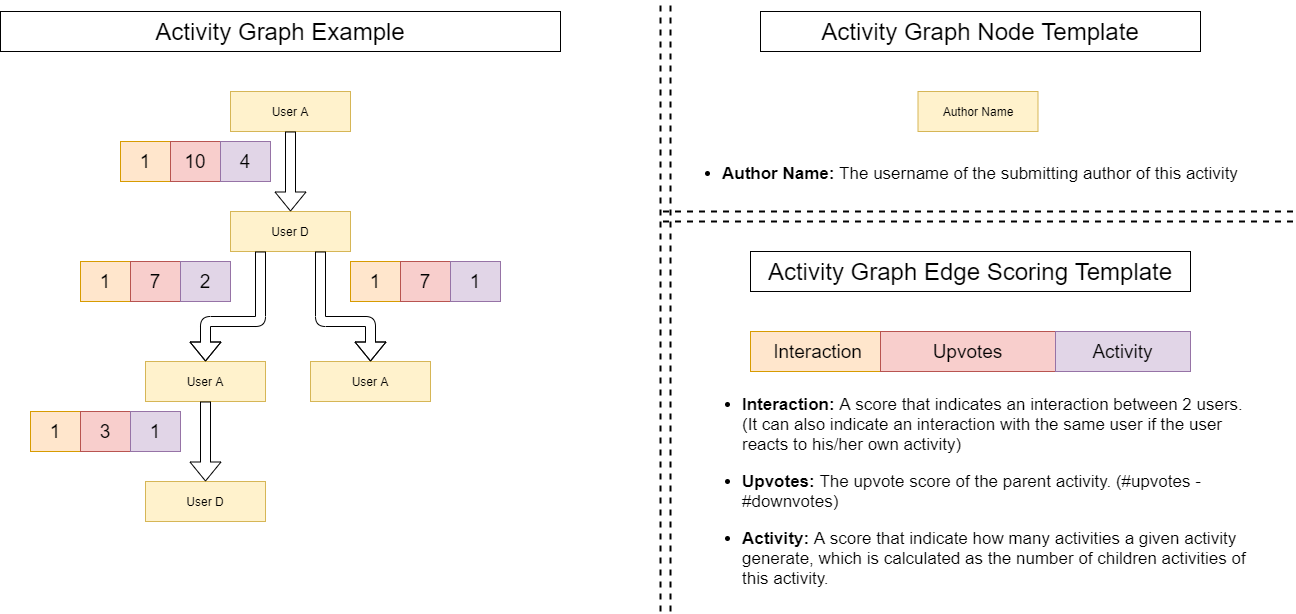
Before: docs/figures/figures/Activity_Graph_one_submission.png, a diagram exported from draw.io (MohammedGuniem/social-media-influence-analyzer). Source tidied: cells renumbered, new cells last; positions are measured from the earlier drawing's top-left corner, leaving out a move shared by most shapes.
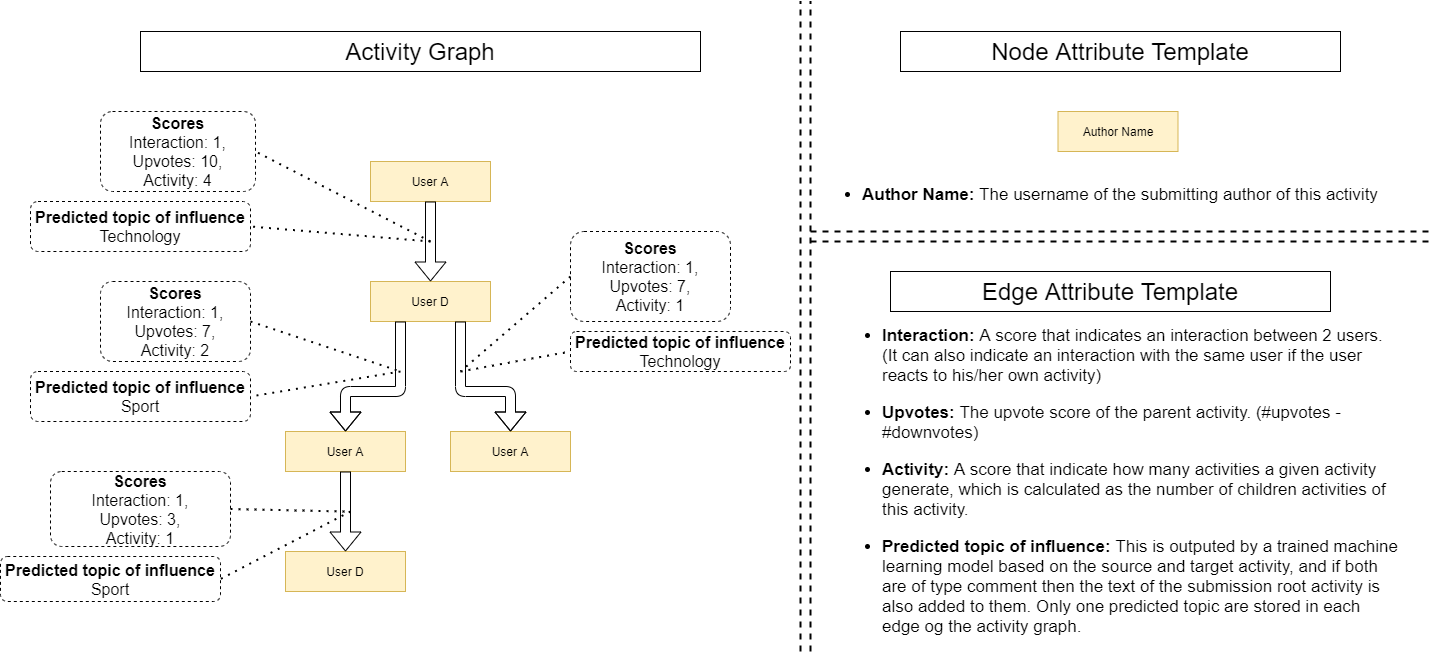
After the change.

Commit message:
edited the graph plots and example models for one submission to include predicated topic

Diff of the diagram source:
```diff
@@ -6,19 +6,19 @@
       <mxGeometry x="917.5" y="90" width="120" height="40" as="geometry" />
     </mxCell>
     <mxCell id="3" value="User A" style="rounded=0;whiteSpace=wrap;html=1;fillColor=#fff2cc;strokeColor=#d6b656;" parent="1" vertex="1">
-      <mxGeometry x="230" y="90" width="120" height="40" as="geometry" />
+      <mxGeometry x="230" y="140" width="120" height="40" as="geometry" />
     </mxCell>
     <mxCell id="4" value="User D" style="rounded=0;whiteSpace=wrap;html=1;fillColor=#fff2cc;strokeColor=#d6b656;" parent="1" vertex="1">
-      <mxGeometry x="230" y="210" width="120" height="40" as="geometry" />
+      <mxGeometry x="230" y="260" width="120" height="40" as="geometry" />
     </mxCell>
     <mxCell id="5" value="User A" style="rounded=0;whiteSpace=wrap;html=1;fillColor=#fff2cc;strokeColor=#d6b656;" parent="1" vertex="1">
-      <mxGeometry x="310" y="360" width="120" height="40" as="geometry" />
+      <mxGeometry x="310" y="410" width="120" height="40" as="geometry" />
     </mxCell>
     <mxCell id="6" value="User A" style="rounded=0;whiteSpace=wrap;html=1;fillColor=#fff2cc;strokeColor=#d6b656;" parent="1" vertex="1">
-      <mxGeometry x="145" y="360" width="120" height="40" as="geometry" />
+      <mxGeometry x="145" y="410" width="120" height="40" as="geometry" />
     </mxCell>
     <mxCell id="7" value="User D" style="rounded=0;whiteSpace=wrap;html=1;fillColor=#fff2cc;strokeColor=#d6b656;" parent="1" vertex="1">
-      <mxGeometry x="145" y="480" width="120" height="40" as="geometry" />
+      <mxGeometry x="145" y="530" width="120" height="40" as="geometry" />
     </mxCell>
     <mxCell id="8" style="shape=flexArrow;endArrow=classic;html=1;exitX=0.5;exitY=1;exitDx=0;exitDy=0;entryX=0.5;entryY=0;entryDx=0;entryDy=0;" parent="1" edge="1" source="3" target="4">
       <mxGeometry relative="1" as="geometry" />
@@ -26,16 +26,16 @@
     <mxCell id="9" style="shape=flexArrow;endArrow=classic;html=1;exitX=0.25;exitY=1;exitDx=0;exitDy=0;entryX=0.5;entryY=0;entryDx=0;entryDy=0;" parent="1" edge="1" source="4" target="6">
       <mxGeometry relative="1" as="geometry">
         <Array as="points">
-          <mxPoint x="260" y="320" />
-          <mxPoint x="205" y="320" />
+          <mxPoint x="260" y="370" />
+          <mxPoint x="205" y="370" />
         </Array>
       </mxGeometry>
     </mxCell>
     <mxCell id="10" style="shape=flexArrow;endArrow=classic;html=1;exitX=0.75;exitY=1;exitDx=0;exitDy=0;entryX=0.5;entryY=0;entryDx=0;entryDy=0;" parent="1" edge="1" source="4" target="5">
       <mxGeometry relative="1" as="geometry">
         <Array as="points">
-          <mxPoint x="320" y="320" />
-          <mxPoint x="370" y="320" />
+          <mxPoint x="320" y="370" />
+          <mxPoint x="370" y="370" />
         </Array>
       </mxGeometry>
     </mxCell>
@@ -44,87 +44,106 @@
     </mxCell>
     <mxCell id="12" style="endArrow=none;dashed=1;html=1;strokeWidth=2;" parent="1" edge="1">
       <mxGeometry relative="1" as="geometry">
-        <mxPoint x="660" y="610" as="sourcePoint" />
-        <mxPoint x="660" as="targetPoint" />
+        <mxPoint x="660" y="630" as="sourcePoint" />
+        <mxPoint x="660" y="-20" as="targetPoint" />
       </mxGeometry>
     </mxCell>
     <mxCell id="13" style="endArrow=none;dashed=1;html=1;strokeWidth=2;" parent="1" edge="1">
       <mxGeometry relative="1" as="geometry">
-        <mxPoint x="670" y="610" as="sourcePoint" />
-        <mxPoint x="670" as="targetPoint" />
+        <mxPoint x="670" y="630" as="sourcePoint" />
+        <mxPoint x="670" y="-20" as="targetPoint" />
       </mxGeometry>
     </mxCell>
-    <mxCell id="14" value="&lt;font style=&quot;font-size: 24px&quot;&gt;Activity Graph Node Template&lt;/font&gt;" style="text;html=1;fillColor=none;align=center;verticalAlign=middle;whiteSpace=wrap;rounded=0;strokeColor=#000000;" parent="1" vertex="1">
+    <mxCell id="14" value="&lt;font style=&quot;font-size: 24px&quot;&gt;Node Attribute Template&lt;/font&gt;" style="text;html=1;fillColor=none;align=center;verticalAlign=middle;whiteSpace=wrap;rounded=0;strokeColor=#000000;" parent="1" vertex="1">
       <mxGeometry x="760" y="10" width="440" height="40" as="geometry" />
     </mxCell>
-    <mxCell id="15" value="&lt;font style=&quot;font-size: 24px&quot;&gt;Activity Graph Example&lt;/font&gt;" style="text;html=1;fillColor=none;align=center;verticalAlign=middle;whiteSpace=wrap;rounded=0;strokeColor=#000000;" parent="1" vertex="1">
+    <mxCell id="15" value="&lt;font style=&quot;font-size: 24px&quot;&gt;Activity Graph&lt;/font&gt;" style="text;html=1;fillColor=none;align=center;verticalAlign=middle;whiteSpace=wrap;rounded=0;strokeColor=#000000;" parent="1" vertex="1">
       <mxGeometry y="10" width="560" height="40" as="geometry" />
     </mxCell>
-    <mxCell id="16" value="&lt;font style=&quot;font-size: 24px&quot;&gt;Activity Graph Edge Scoring Template&lt;/font&gt;" style="text;html=1;fillColor=none;align=center;verticalAlign=middle;whiteSpace=wrap;rounded=0;strokeColor=#000000;" parent="1" vertex="1">
+    <mxCell id="16" value="&lt;font style=&quot;font-size: 24px&quot;&gt;Edge&amp;nbsp;&lt;/font&gt;&lt;span style=&quot;font-size: 24px&quot;&gt;Attribute Template&lt;/span&gt;" style="text;html=1;fillColor=none;align=center;verticalAlign=middle;whiteSpace=wrap;rounded=0;strokeColor=#000000;" parent="1" vertex="1">
       <mxGeometry x="750" y="250" width="440" height="40" as="geometry" />
     </mxCell>
-    <mxCell id="17" value="Interaction" style="text;html=1;fillColor=#ffe6cc;align=center;verticalAlign=middle;whiteSpace=wrap;rounded=0;strokeColor=#d79b00;fontSize=19;" parent="1" vertex="1">
-      <mxGeometry x="750" y="330" width="135" height="40" as="geometry" />
-    </mxCell>
-    <mxCell id="18" value="Upvotes" style="text;html=1;fillColor=#f8cecc;align=center;verticalAlign=middle;whiteSpace=wrap;rounded=0;fontSize=19;strokeColor=#b85450;" parent="1" vertex="1">
-      <mxGeometry x="880" y="330" width="175" height="40" as="geometry" />
-    </mxCell>
-    <mxCell id="19" value="Activity" style="text;html=1;fillColor=#e1d5e7;align=center;verticalAlign=middle;whiteSpace=wrap;rounded=0;strokeColor=#9673a6;fontSize=19;" parent="1" vertex="1">
-      <mxGeometry x="1055" y="330" width="135" height="40" as="geometry" />
-    </mxCell>
-    <mxCell id="20" value="1" style="rounded=0;whiteSpace=wrap;html=1;fontSize=19;strokeColor=#d79b00;fillColor=#ffe6cc;" parent="1" vertex="1">
-      <mxGeometry x="120" y="140" width="50" height="40" as="geometry" />
-    </mxCell>
-    <mxCell id="21" value="10" style="rounded=0;whiteSpace=wrap;html=1;fontSize=19;strokeColor=#b85450;fillColor=#f8cecc;" parent="1" vertex="1">
-      <mxGeometry x="170" y="140" width="50" height="40" as="geometry" />
-    </mxCell>
-    <mxCell id="22" value="4" style="rounded=0;whiteSpace=wrap;html=1;fontSize=19;strokeColor=#9673a6;fillColor=#e1d5e7;" parent="1" vertex="1">
-      <mxGeometry x="220" y="140" width="50" height="40" as="geometry" />
-    </mxCell>
-    <mxCell id="23" value="1" style="rounded=0;whiteSpace=wrap;html=1;fontSize=19;strokeColor=#d79b00;fillColor=#ffe6cc;" parent="1" vertex="1">
-      <mxGeometry x="350" y="260" width="50" height="40" as="geometry" />
-    </mxCell>
-    <mxCell id="24" value="7" style="rounded=0;whiteSpace=wrap;html=1;fontSize=19;strokeColor=#b85450;fillColor=#f8cecc;" parent="1" vertex="1">
-      <mxGeometry x="400" y="260" width="50" height="40" as="geometry" />
-    </mxCell>
-    <mxCell id="25" value="1" style="rounded=0;whiteSpace=wrap;html=1;fontSize=19;strokeColor=#9673a6;fillColor=#e1d5e7;" parent="1" vertex="1">
-      <mxGeometry x="450" y="260" width="50" height="40" as="geometry" />
-    </mxCell>
-    <mxCell id="26" value="1" style="rounded=0;whiteSpace=wrap;html=1;fontSize=19;strokeColor=#d79b00;fillColor=#ffe6cc;" parent="1" vertex="1">
-      <mxGeometry x="80" y="260" width="50" height="40" as="geometry" />
-    </mxCell>
-    <mxCell id="27" value="7" style="rounded=0;whiteSpace=wrap;html=1;fontSize=19;strokeColor=#b85450;fillColor=#f8cecc;" parent="1" vertex="1">
-      <mxGeometry x="130" y="260" width="50" height="40" as="geometry" />
-    </mxCell>
-    <mxCell id="28" value="2" style="rounded=0;whiteSpace=wrap;html=1;fontSize=19;strokeColor=#9673a6;fillColor=#e1d5e7;" parent="1" vertex="1">
-      <mxGeometry x="180" y="260" width="50" height="40" as="geometry" />
-    </mxCell>
-    <mxCell id="29" value="1" style="rounded=0;whiteSpace=wrap;html=1;fontSize=19;strokeColor=#d79b00;fillColor=#ffe6cc;" parent="1" vertex="1">
-      <mxGeometry x="30" y="410" width="50" height="40" as="geometry" />
-    </mxCell>
-    <mxCell id="30" value="3" style="rounded=0;whiteSpace=wrap;html=1;fontSize=19;strokeColor=#b85450;fillColor=#f8cecc;" parent="1" vertex="1">
-      <mxGeometry x="80" y="410" width="50" height="40" as="geometry" />
-    </mxCell>
-    <mxCell id="31" value="1" style="rounded=0;whiteSpace=wrap;html=1;fontSize=19;strokeColor=#9673a6;fillColor=#e1d5e7;" parent="1" vertex="1">
-      <mxGeometry x="130" y="410" width="50" height="40" as="geometry" />
-    </mxCell>
     <mxCell id="32" value="&lt;ul style=&quot;font-size: 17px&quot;&gt;&lt;li&gt;&lt;font style=&quot;font-size: 17px&quot;&gt;&lt;b&gt;Author Name:&lt;/b&gt; The username of the submitting author of this activity&amp;nbsp;&lt;/font&gt;&lt;/li&gt;&lt;/ul&gt;" style="text;html=1;strokeColor=none;fillColor=none;align=left;verticalAlign=middle;whiteSpace=wrap;rounded=0;" parent="1" vertex="1">
       <mxGeometry x="680" y="150" width="600" height="45" as="geometry" />
     </mxCell>
     <mxCell id="33" style="endArrow=none;dashed=1;html=1;strokeWidth=2;" parent="1" edge="1">
       <mxGeometry relative="1" as="geometry">
-        <mxPoint x="662.5" y="210" as="sourcePoint" />
+        <mxPoint x="670" y="210" as="sourcePoint" />
         <mxPoint x="1292.5" y="210" as="targetPoint" />
       </mxGeometry>
     </mxCell>
     <mxCell id="34" style="endArrow=none;dashed=1;html=1;strokeWidth=2;" parent="1" edge="1">
       <mxGeometry relative="1" as="geometry">
-        <mxPoint x="662.5" y="220" as="sourcePoint" />
+        <mxPoint x="670" y="220" as="sourcePoint" />
         <mxPoint x="1292.5" y="220" as="targetPoint" />
       </mxGeometry>
     </mxCell>
-    <mxCell id="35" value="&lt;ul style=&quot;font-size: 17px&quot;&gt;&lt;li&gt;&lt;font style=&quot;font-size: 17px&quot;&gt;&lt;b&gt;Interaction: &lt;/b&gt;A score that indicates an interaction between 2 users. (It can also indicate an interaction with the same user if the user reacts to his/her own activity)&lt;/font&gt;&lt;/li&gt;&lt;/ul&gt;&lt;ul style=&quot;font-size: 17px&quot;&gt;&lt;li&gt;&lt;font style=&quot;font-size: 17px&quot;&gt;&lt;b&gt;Upvotes: &lt;/b&gt;The upvote score of the parent activity. (#upvotes - #downvotes)&lt;/font&gt;&lt;/li&gt;&lt;/ul&gt;&lt;ul style=&quot;font-size: 17px&quot;&gt;&lt;li&gt;&lt;font style=&quot;font-size: 17px&quot;&gt;&lt;b&gt;Activity: &lt;/b&gt;A score that indicate how many activities a given activity generate, which is calculated as the number of children activities of this activity.&lt;/font&gt;&lt;/li&gt;&lt;/ul&gt;" style="text;html=1;strokeColor=none;fillColor=none;align=left;verticalAlign=middle;whiteSpace=wrap;rounded=0;" parent="1" vertex="1">
-      <mxGeometry x="700" y="370" width="560" height="240" as="geometry" />
+    <mxCell id="35" value="&lt;ul style=&quot;font-size: 17px&quot;&gt;&lt;li&gt;&lt;font style=&quot;font-size: 17px&quot;&gt;&lt;b&gt;Interaction: &lt;/b&gt;A score that indicates an interaction between 2 users. (It can also indicate an interaction with the same user if the user reacts to his/her own activity)&lt;/font&gt;&lt;/li&gt;&lt;/ul&gt;&lt;ul style=&quot;font-size: 17px&quot;&gt;&lt;li&gt;&lt;font style=&quot;font-size: 17px&quot;&gt;&lt;b&gt;Upvotes: &lt;/b&gt;The upvote score of the parent activity. (#upvotes - #downvotes)&lt;/font&gt;&lt;/li&gt;&lt;/ul&gt;&lt;ul style=&quot;font-size: 17px&quot;&gt;&lt;li&gt;&lt;font style=&quot;font-size: 17px&quot;&gt;&lt;b&gt;Activity: &lt;/b&gt;A score that indicate how many activities a given activity generate, which is calculated as the number of children activities of this activity.&lt;/font&gt;&lt;/li&gt;&lt;/ul&gt;&lt;ul style=&quot;font-size: 17px&quot;&gt;&lt;li&gt;&lt;b&gt;Predicted topic of influence:&amp;nbsp;&lt;/b&gt;This is outputed by a trained machine learning model based on the source and target activity, and if both are of type comment then the text of the submission root activity is also added to them. Only one predicted topic are stored in each edge og the activity graph.&lt;/li&gt;&lt;/ul&gt;" style="text;html=1;strokeColor=none;fillColor=none;align=left;verticalAlign=middle;whiteSpace=wrap;rounded=0;" parent="1" vertex="1">
+      <mxGeometry x="700" y="300" width="560" height="320" as="geometry" />
     </mxCell>
+    <mxCell id="36" style="endArrow=none;dashed=1;html=1;dashPattern=1 3;strokeWidth=2;entryX=1;entryY=0.5;entryDx=0;entryDy=0;" parent="1" edge="1" target="37">
+      <mxGeometry relative="1" as="geometry">
+        <mxPoint x="290" y="220" as="sourcePoint" />
+      </mxGeometry>
+    </mxCell>
+    <mxCell id="37" value="&lt;b style=&quot;font-size: 16px;&quot;&gt;Scores&lt;/b&gt;&lt;br style=&quot;font-size: 16px;&quot;&gt;Interaction: 1,&lt;br style=&quot;font-size: 16px;&quot;&gt;Upvotes: 10,&lt;br style=&quot;font-size: 16px;&quot;&gt;Activity: 4" style="rounded=1;whiteSpace=wrap;html=1;dashed=1;fontSize=16;" parent="1" vertex="1">
+      <mxGeometry x="-40" y="90" width="155" height="80" as="geometry" />
+    </mxCell>
+    <mxCell id="38" value="&lt;b style=&quot;font-size: 16px;&quot;&gt;Scores&lt;br style=&quot;font-size: 16px;&quot;&gt;&lt;/b&gt;Interaction: 1,&lt;br style=&quot;font-size: 16px;&quot;&gt;Upvotes: 7,&lt;br style=&quot;font-size: 16px;&quot;&gt;Activity: 2" style="rounded=1;whiteSpace=wrap;html=1;dashed=1;fontSize=16;" parent="1" vertex="1">
+      <mxGeometry x="-40" y="260" width="150" height="80" as="geometry" />
+    </mxCell>
+    <mxCell id="39" style="endArrow=none;dashed=1;html=1;dashPattern=1 3;strokeWidth=2;exitX=1;exitY=0.5;exitDx=0;exitDy=0;" parent="1" edge="1" source="38">
+      <mxGeometry relative="1" as="geometry">
+        <mxPoint x="260" y="350" as="targetPoint" />
+      </mxGeometry>
+    </mxCell>
+    <mxCell id="40" value="&lt;b style=&quot;font-size: 16px;&quot;&gt;Scores&lt;br style=&quot;font-size: 16px;&quot;&gt;&lt;/b&gt;Interaction: 1,&lt;br style=&quot;font-size: 16px;&quot;&gt;Upvotes: 3,&lt;br style=&quot;font-size: 16px;&quot;&gt;Activity: 1" style="rounded=1;whiteSpace=wrap;html=1;dashed=1;fontSize=16;" parent="1" vertex="1">
+      <mxGeometry x="-90" y="450" width="180" height="75" as="geometry" />
+    </mxCell>
+    <mxCell id="41" style="endArrow=none;dashed=1;html=1;dashPattern=1 3;strokeWidth=2;exitX=1;exitY=0.5;exitDx=0;exitDy=0;" parent="1" edge="1" source="40">
+      <mxGeometry relative="1" as="geometry">
+        <mxPoint x="205" y="490" as="targetPoint" />
+      </mxGeometry>
+    </mxCell>
+    <mxCell id="42" value="&lt;b style=&quot;font-size: 16px;&quot;&gt;Scores&lt;br style=&quot;font-size: 16px;&quot;&gt;&lt;/b&gt;Interaction: 1,&lt;br style=&quot;font-size: 16px;&quot;&gt;Upvotes: 7,&lt;br style=&quot;font-size: 16px;&quot;&gt;Activity: 1" style="rounded=1;whiteSpace=wrap;html=1;dashed=1;fontSize=16;" parent="1" vertex="1">
+      <mxGeometry x="430" y="210" width="160" height="90" as="geometry" />
+    </mxCell>
+    <mxCell id="43" style="endArrow=none;dashed=1;html=1;dashPattern=1 3;strokeWidth=2;exitX=0;exitY=0.5;exitDx=0;exitDy=0;" parent="1" edge="1" source="42">
+      <mxGeometry relative="1" as="geometry">
+        <mxPoint x="320" y="350" as="targetPoint" />
+      </mxGeometry>
+    </mxCell>
+    <mxCell id="44" value="&lt;b style=&quot;font-size: 16px;&quot;&gt;Predicted topic of influence&lt;/b&gt;&lt;br style=&quot;font-size: 16px;&quot;&gt;Technology" style="rounded=1;whiteSpace=wrap;html=1;dashed=1;fontSize=16;" parent="1" vertex="1">
+      <mxGeometry x="-110" y="180" width="220" height="50" as="geometry" />
+    </mxCell>
+    <mxCell id="45" style="endArrow=none;dashed=1;html=1;dashPattern=1 3;strokeWidth=2;entryX=1;entryY=0.5;entryDx=0;entryDy=0;" parent="1" edge="1" target="44">
+      <mxGeometry relative="1" as="geometry">
+        <mxPoint x="290" y="220" as="sourcePoint" />
+      </mxGeometry>
+    </mxCell>
+    <mxCell id="46" value="&lt;b style=&quot;font-size: 16px;&quot;&gt;Predicted topic of influence&lt;/b&gt;&lt;br style=&quot;font-size: 16px;&quot;&gt;Sport" style="rounded=1;whiteSpace=wrap;html=1;dashed=1;fontSize=16;" parent="1" vertex="1">
+      <mxGeometry x="-110" y="350" width="220" height="50" as="geometry" />
+    </mxCell>
+    <mxCell id="47" style="endArrow=none;dashed=1;html=1;dashPattern=1 3;strokeWidth=2;entryX=1;entryY=0.5;entryDx=0;entryDy=0;" parent="1" edge="1" target="46">
+      <mxGeometry relative="1" as="geometry">
+        <mxPoint x="260" y="350" as="sourcePoint" />
+      </mxGeometry>
+    </mxCell>
+    <mxCell id="48" value="&lt;b style=&quot;font-size: 16px;&quot;&gt;Predicted topic of influence&lt;/b&gt;&lt;br style=&quot;font-size: 16px;&quot;&gt;Sport" style="rounded=1;whiteSpace=wrap;html=1;dashed=1;fontSize=16;" parent="1" vertex="1">
+      <mxGeometry x="-140" y="535" width="220" height="45" as="geometry" />
+    </mxCell>
+    <mxCell id="49" style="endArrow=none;dashed=1;html=1;dashPattern=1 3;strokeWidth=2;entryX=1;entryY=0.5;entryDx=0;entryDy=0;" parent="1" edge="1" target="48">
+      <mxGeometry relative="1" as="geometry">
+        <mxPoint x="210" y="490" as="sourcePoint" />
+      </mxGeometry>
+    </mxCell>
+    <mxCell id="50" value="&lt;b style=&quot;font-size: 16px;&quot;&gt;Predicted topic of influence&lt;/b&gt;&lt;br style=&quot;font-size: 16px;&quot;&gt;Technology" style="rounded=1;whiteSpace=wrap;html=1;dashed=1;fontSize=16;" parent="1" vertex="1">
+      <mxGeometry x="430" y="310" width="220" height="40" as="geometry" />
+    </mxCell>
+    <mxCell id="51" style="endArrow=none;dashed=1;html=1;dashPattern=1 3;strokeWidth=2;entryX=0;entryY=0.5;entryDx=0;entryDy=0;" parent="1" edge="1" target="50">
+      <mxGeometry relative="1" as="geometry">
+        <mxPoint x="320" y="350" as="sourcePoint" />
+      </mxGeometry>
+    </mxCell>
   </root>
 </mxGraphModel>
```
